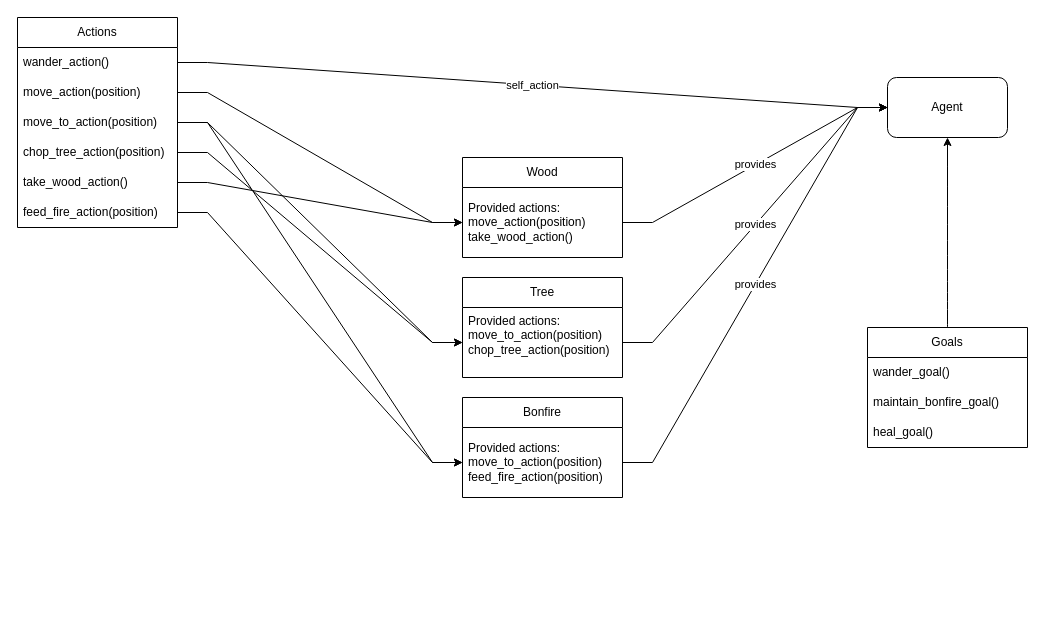
This is documents/GOAP.drawio from AidasLit/Hex-game-uni, a draw.io file, before an edit. Source tidied: cells renumbered, new cells numbered last; positions are measured from the earlier drawing's top-left corner, leaving out a move shared by most shapes. Both pictures are drawn from the tidied source at 100%, with x=0, y=0 at pixel (17, 17).
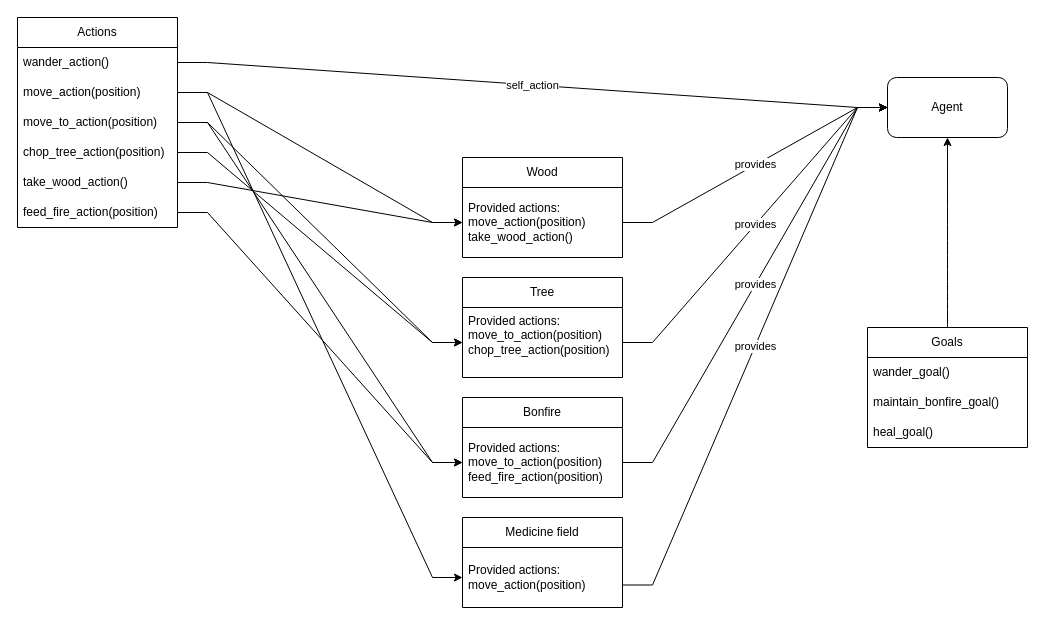
The same page after the edit.

Unchanged cells that the change refers to:
```xml
<mxCell id="8" value="move_action(position)" style="text;strokeColor=none;fillColor=none;align=left;verticalAlign=middle;spacingLeft=4;spacingRight=4;overflow=hidden;points=[[0,0.5],[1,0.5]];portConstraint=eastwest;whiteSpace=wrap;html=1;" parent="6" vertex="1">
  <mxGeometry y="60" width="160" height="30" as="geometry" />
</mxCell>
<mxCell id="30" value="Agent" style="rounded=1;whiteSpace=wrap;html=1;" parent="1" vertex="1">
  <mxGeometry x="870" y="60" width="120" height="60" as="geometry" />
</mxCell>
```

What changed in the source:
```diff
@@
+    <mxCell id="31" value="provides" style="edgeStyle=entityRelationEdgeStyle;rounded=0;jettySize=auto;html=1;exitX=1;exitY=0.75;exitDx=0;exitDy=0;entryX=0;entryY=0.5;entryDx=0;entryDy=0;" parent="1" edge="1" source="32" target="30">
+      <mxGeometry relative="1" as="geometry" />
+    </mxCell>
+    <mxCell id="32" value="Medicine field" style="swimlane;fontStyle=0;horizontal=1;startSize=30;whiteSpace=wrap;html=1;" parent="1" vertex="1">
+      <mxGeometry x="445" y="500" width="160" height="90" as="geometry" />
+    </mxCell>
+    <mxCell id="33" value="&lt;div&gt;Provided actions:&lt;/div&gt;&lt;div&gt;move_action(position)&lt;/div&gt;" style="text;strokeColor=none;fillColor=none;align=left;verticalAlign=middle;spacingLeft=4;spacingRight=4;overflow=hidden;points=[[0,0.5],[1,0.5]];portConstraint=eastwest;whiteSpace=wrap;html=1;" parent="32" vertex="1">
+      <mxGeometry y="30" width="160" height="60" as="geometry" />
+    </mxCell>
+    <mxCell id="34" style="edgeStyle=entityRelationEdgeStyle;rounded=0;jettySize=auto;html=1;exitX=1;exitY=0.5;exitDx=0;exitDy=0;entryX=0;entryY=0.5;entryDx=0;entryDy=0;" parent="1" edge="1" source="8" target="33">
+      <mxGeometry relative="1" as="geometry" />
+    </mxCell>
```
